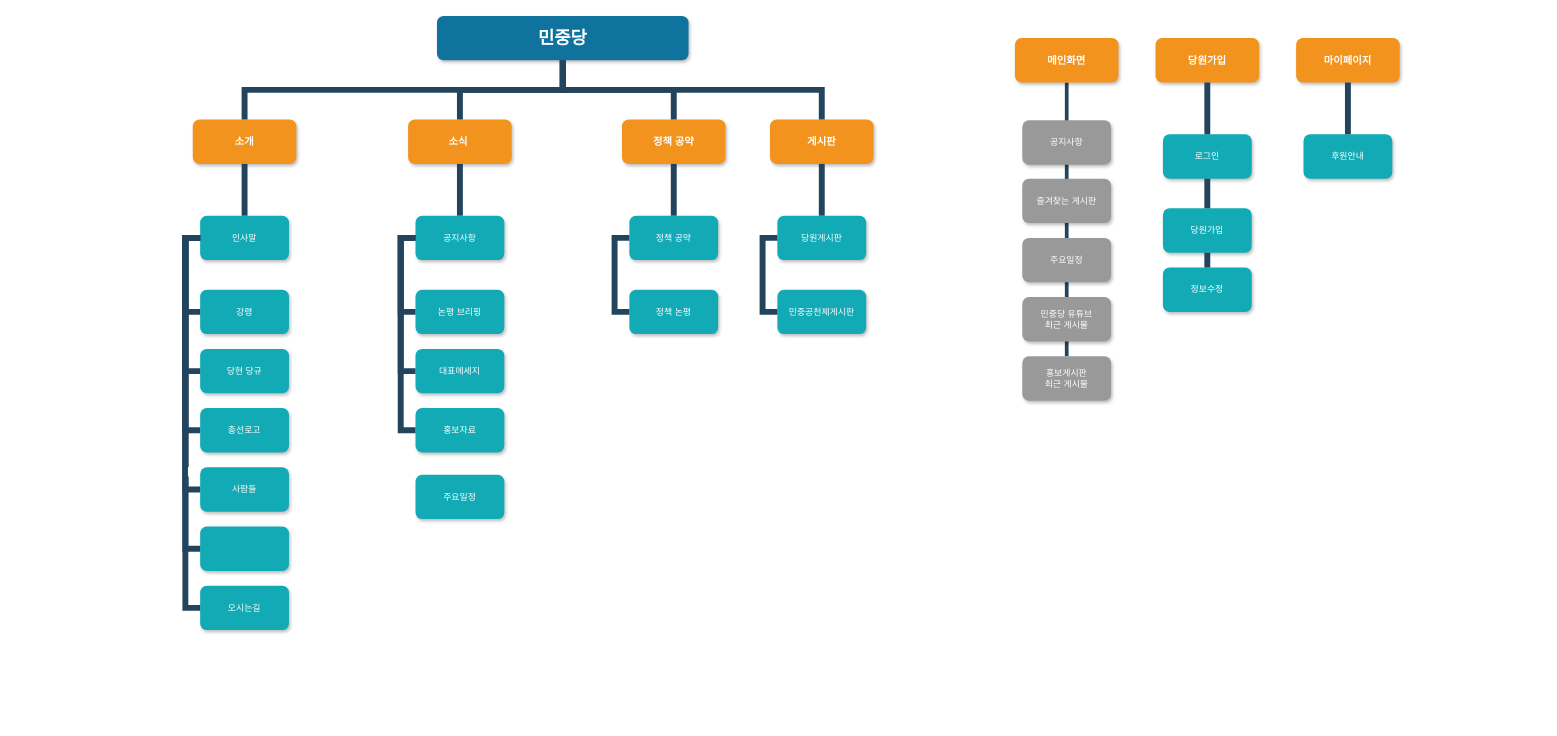
Above: 민중당 사이트맵-4.drawio in yangpaus/yangpaus (draw.io), before the change. Source tidied: cells renumbered, new cells numbered last; positions are measured from the earlier drawing's top-left corner, leaving out a move shared by most shapes. Both pictures are drawn from the tidied source at 74%, with x=0, y=0 at pixel (185, 16).
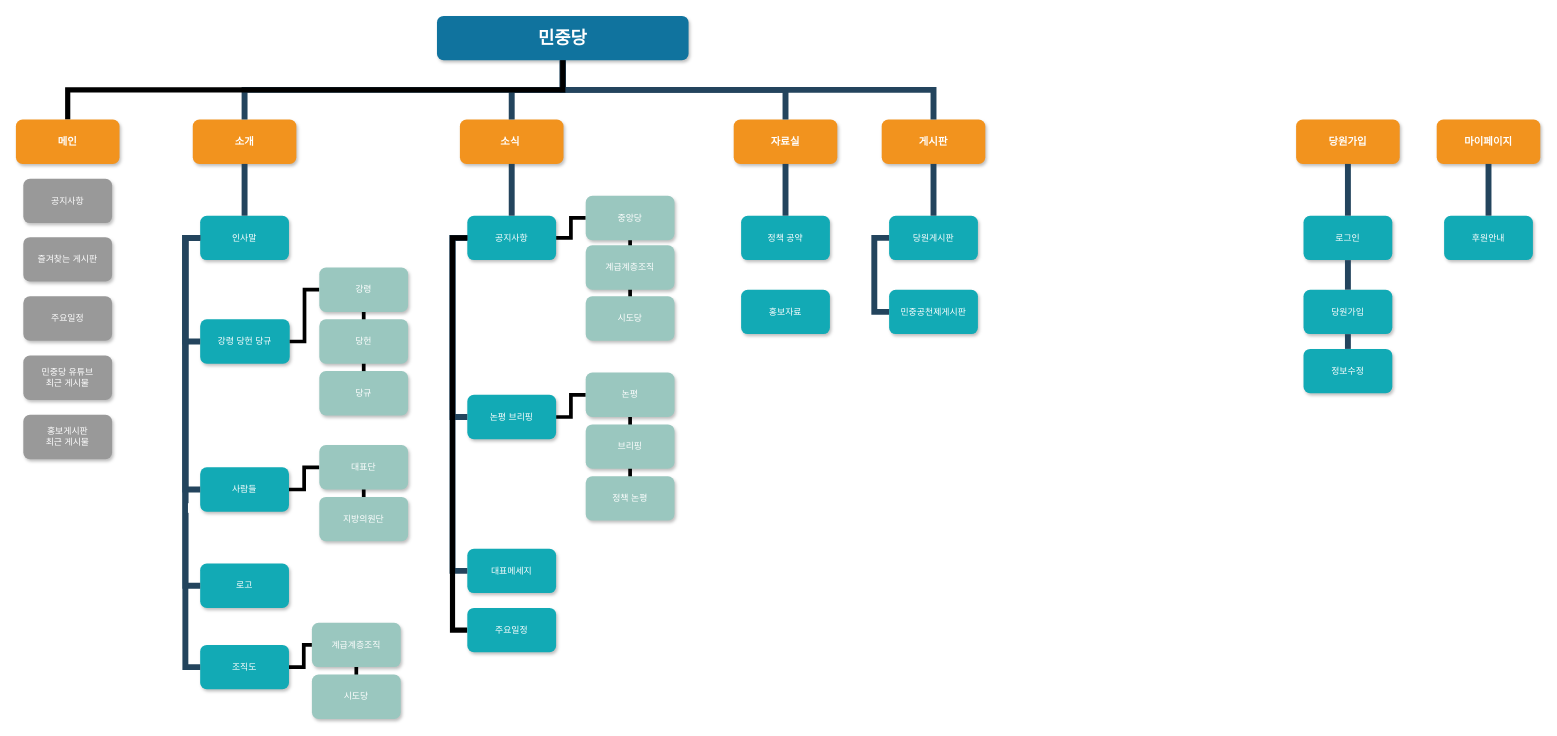
The same page after the edit.

Commit message (it also covers changes not shown here):
민중당 사이트맵-4.drawio 업데이트

The change refers to these unchanged cells:
```xml
<mxCell id="3" value="민중당" style="whiteSpace=wrap;rounded=1;shadow=1;fillColor=#10739E;strokeColor=none;fontColor=#FFFFFF;fontStyle=1;fontSize=24;" parent="1" vertex="1">
  <mxGeometry x="340" width="340" height="60" as="geometry" />
</mxCell>
<mxCell id="8" value="인사말" style="whiteSpace=wrap;rounded=1;fillColor=#12AAB5;strokeColor=none;shadow=1;fontColor=#FFFFFF;" parent="1" vertex="1">
  <mxGeometry x="20" y="270" width="120" height="60" as="geometry" />
</mxCell>
<mxCell id="12" value="사람들" style="whiteSpace=wrap;rounded=1;fillColor=#12AAB5;strokeColor=none;shadow=1;fontColor=#FFFFFF;fontStyle=0;" parent="1" vertex="1">
  <mxGeometry x="20" y="610" width="120" height="60" as="geometry" />
</mxCell>
```

What changed in the source:
```diff
@@
-    <mxCell id="2" style="edgeStyle=orthogonalEdgeStyle;rounded=0;jettySize=auto;html=1;strokeWidth=5;endArrow=none;endFill=0;strokeColor=#23445D;" parent="1" edge="1" source="59" target="53">
-      <mxGeometry relative="1" as="geometry" />
-    </mxCell>
@@
     <mxCell id="5" value="소식 " style="whiteSpace=wrap;rounded=1;fillColor=#F2931E;strokeColor=none;shadow=1;fontColor=#FFFFFF;fontStyle=1;fontSize=14;" parent="1" vertex="1">
-      <mxGeometry x="301" y="140" width="140" height="60" as="geometry" />
+      <mxGeometry x="371" y="140" width="140" height="60" as="geometry" />
     </mxCell>
-    <mxCell id="6" value="정책 공약" style="whiteSpace=wrap;rounded=1;fillColor=#F2931E;strokeColor=none;shadow=1;fontColor=#FFFFFF;fontStyle=1;fontSize=14;" parent="1" vertex="1">
-      <mxGeometry x="590" y="140" width="140" height="60" as="geometry" />
+    <mxCell id="6" value="자료실" style="whiteSpace=wrap;rounded=1;fillColor=#F2931E;strokeColor=none;shadow=1;fontColor=#FFFFFF;fontStyle=1;fontSize=14;" parent="1" vertex="1">
+      <mxGeometry x="741" y="140" width="140" height="60" as="geometry" />
     </mxCell>
     <mxCell id="7" value="게시판" style="whiteSpace=wrap;rounded=1;fillColor=#F2931E;strokeColor=none;shadow=1;fontColor=#FFFFFF;fontStyle=1;fontSize=14;" parent="1" vertex="1">
-      <mxGeometry x="790" y="140" width="140" height="60" as="geometry" />
+      <mxGeometry x="941" y="140" width="140" height="60" as="geometry" />
     </mxCell>
@@
-    <mxCell id="9" value="강령" style="whiteSpace=wrap;rounded=1;fillColor=#12AAB5;strokeColor=none;shadow=1;fontColor=#FFFFFF;fontStyle=0;" parent="1" vertex="1">
-      <mxGeometry x="20" y="370" width="120" height="60" as="geometry" />
+    <mxCell id="9" value="강령 당헌 당규" style="whiteSpace=wrap;rounded=1;fillColor=#12AAB5;strokeColor=none;shadow=1;fontColor=#FFFFFF;fontStyle=0;" parent="1" vertex="1">
+      <mxGeometry x="20" y="410" width="121" height="60" as="geometry" />
     </mxCell>
-    <mxCell id="10" value="당현 당규" style="whiteSpace=wrap;rounded=1;fillColor=#12AAB5;strokeColor=none;shadow=1;fontColor=#FFFFFF;fontStyle=0;" parent="1" vertex="1">
-      <mxGeometry x="20" y="450" width="120" height="60" as="geometry" />
-    </mxCell>
-    <mxCell id="11" value="총선로고" style="whiteSpace=wrap;rounded=1;fillColor=#12AAB5;strokeColor=none;shadow=1;fontColor=#FFFFFF;fontStyle=0;" parent="1" vertex="1">
-      <mxGeometry x="20" y="530" width="120" height="60" as="geometry" />
-    </mxCell>
+    <mxCell id="61" style="edgeStyle=orthogonalEdgeStyle;rounded=0;jettySize=auto;html=1;endArrow=none;endFill=0;strokeWidth=5;" parent="1" edge="1" source="12" target="63">
+      <mxGeometry relative="1" as="geometry" />
+    </mxCell>
@@
+    <mxCell id="62" style="edgeStyle=orthogonalEdgeStyle;rounded=0;jettySize=auto;html=1;endArrow=none;endFill=0;strokeWidth=5;" parent="1" edge="1" source="63" target="64">
+      <mxGeometry relative="1" as="geometry" />
+    </mxCell>
+    <mxCell id="63" value="대표단" style="whiteSpace=wrap;rounded=1;fillColor=#9AC7BF;strokeColor=none;shadow=1;fontColor=#FFFFFF;fontStyle=0;" parent="1" vertex="1">
+      <mxGeometry x="181" y="580" width="120" height="60" as="geometry" />
+    </mxCell>
+    <mxCell id="64" value="지방의원단" style="whiteSpace=wrap;rounded=1;fillColor=#9AC7BF;strokeColor=none;shadow=1;fontColor=#FFFFFF;fontStyle=0;" parent="1" vertex="1">
+      <mxGeometry x="181" y="650" width="120" height="60" as="geometry" />
+    </mxCell>
-    <mxCell id="13" style="whiteSpace=wrap;rounded=1;fillColor=#12AAB5;strokeColor=none;shadow=1;fontColor=#FFFFFF;fontStyle=0;" parent="1" vertex="1">
-      <mxGeometry x="20" y="690" width="120" height="60" as="geometry" />
+    <mxCell id="13" value="로고" style="whiteSpace=wrap;rounded=1;fillColor=#12AAB5;strokeColor=none;shadow=1;fontColor=#FFFFFF;fontStyle=0;" parent="1" vertex="1">
+      <mxGeometry x="20" y="740" width="120" height="60" as="geometry" />
     </mxCell>
+    <mxCell id="65" style="edgeStyle=orthogonalEdgeStyle;rounded=0;jettySize=auto;html=1;entryX=0;entryY=0.5;entryDx=0;entryDy=0;endArrow=none;endFill=0;strokeWidth=5;" parent="1" edge="1" source="14" target="67">
+      <mxGeometry relative="1" as="geometry" />
+    </mxCell>
     <mxCell id="14" value="공지사항" style="whiteSpace=wrap;rounded=1;fillColor=#12AAB5;strokeColor=none;shadow=1;fontColor=#FFFFFF;" parent="1" vertex="1">
-      <mxGeometry x="311" y="270" width="120" height="60" as="geometry" />
+      <mxGeometry x="381" y="270" width="120" height="60" as="geometry" />
     </mxCell>
+    <mxCell id="66" style="edgeStyle=orthogonalEdgeStyle;rounded=0;jettySize=auto;html=1;endArrow=none;endFill=0;strokeWidth=5;" parent="1" edge="1" source="67" target="69">
+      <mxGeometry relative="1" as="geometry" />
+    </mxCell>
+    <mxCell id="67" value="중앙당" style="whiteSpace=wrap;rounded=1;fillColor=#9AC7BF;strokeColor=none;shadow=1;fontColor=#FFFFFF;" parent="1" vertex="1">
+      <mxGeometry x="541" y="243" width="120" height="60" as="geometry" />
+    </mxCell>
+    <mxCell id="68" style="edgeStyle=orthogonalEdgeStyle;rounded=0;jettySize=auto;html=1;endArrow=none;endFill=0;strokeWidth=5;" parent="1" edge="1" source="69" target="70">
+      <mxGeometry relative="1" as="geometry" />
+    </mxCell>
+    <mxCell id="69" value="계급계층조직" style="whiteSpace=wrap;rounded=1;fillColor=#9AC7BF;strokeColor=none;shadow=1;fontColor=#FFFFFF;" parent="1" vertex="1">
+      <mxGeometry x="541" y="310" width="120" height="60" as="geometry" />
+    </mxCell>
+    <mxCell id="70" value="시도당" style="whiteSpace=wrap;rounded=1;fillColor=#9AC7BF;strokeColor=none;shadow=1;fontColor=#FFFFFF;" parent="1" vertex="1">
+      <mxGeometry x="541" y="379" width="120" height="60" as="geometry" />
+    </mxCell>
+    <mxCell id="71" style="edgeStyle=orthogonalEdgeStyle;rounded=0;jettySize=auto;html=1;endArrow=none;endFill=0;strokeWidth=5;" parent="1" edge="1" source="15" target="73">
+      <mxGeometry relative="1" as="geometry" />
+    </mxCell>
     <mxCell id="15" value="논평 브리핑" style="whiteSpace=wrap;rounded=1;fillColor=#12AAB5;strokeColor=none;shadow=1;fontColor=#FFFFFF;fontStyle=0;" parent="1" vertex="1">
-      <mxGeometry x="311" y="370" width="120" height="60" as="geometry" />
+      <mxGeometry x="381" y="512" width="120" height="60" as="geometry" />
     </mxCell>
+    <mxCell id="72" style="edgeStyle=orthogonalEdgeStyle;rounded=0;jettySize=auto;html=1;endArrow=none;endFill=0;strokeWidth=5;" parent="1" edge="1" source="73" target="75">
+      <mxGeometry relative="1" as="geometry" />
+    </mxCell>
+    <mxCell id="73" value="논평" style="whiteSpace=wrap;rounded=1;fillColor=#9AC7BF;strokeColor=none;shadow=1;fontColor=#FFFFFF;fontStyle=0;" parent="1" vertex="1">
+      <mxGeometry x="541" y="482" width="120" height="60" as="geometry" />
+    </mxCell>
+    <mxCell id="74" style="edgeStyle=orthogonalEdgeStyle;rounded=0;jettySize=auto;html=1;endArrow=none;endFill=0;strokeWidth=5;" parent="1" edge="1" source="75" target="29">
+      <mxGeometry relative="1" as="geometry" />
+    </mxCell>
+    <mxCell id="75" value="브리핑" style="whiteSpace=wrap;rounded=1;fillColor=#9AC7BF;strokeColor=none;shadow=1;fontColor=#FFFFFF;fontStyle=0;" parent="1" vertex="1">
+      <mxGeometry x="541" y="552" width="120" height="60" as="geometry" />
+    </mxCell>
+    <mxCell id="29" value="정책 논평" style="whiteSpace=wrap;rounded=1;fillColor=#9AC7BF;strokeColor=none;shadow=1;fontColor=#FFFFFF;fontStyle=0;" parent="1" vertex="1">
+      <mxGeometry x="541" y="622" width="120" height="60" as="geometry" />
+    </mxCell>
     <mxCell id="16" value="대표메세지" style="whiteSpace=wrap;rounded=1;fillColor=#12AAB5;strokeColor=none;shadow=1;fontColor=#FFFFFF;fontStyle=0;" parent="1" vertex="1">
-      <mxGeometry x="311" y="450" width="120" height="60" as="geometry" />
+      <mxGeometry x="381" y="720" width="120" height="60" as="geometry" />
     </mxCell>
     <mxCell id="17" value="홍보자료" style="whiteSpace=wrap;rounded=1;fillColor=#12AAB5;strokeColor=none;shadow=1;fontColor=#FFFFFF;fontStyle=0;" parent="1" vertex="1">
-      <mxGeometry x="311" y="530" width="120" height="60" as="geometry" />
+      <mxGeometry x="751" y="370" width="120" height="60" as="geometry" />
     </mxCell>
@@
-    <mxCell id="20" style="edgeStyle=elbowEdgeStyle;elbow=horizontal;rounded=0;fontColor=#000000;endArrow=none;endFill=0;strokeWidth=8;strokeColor=#23445D;" parent="1" edge="1" source="8" target="10">
-      <mxGeometry relative="1" as="geometry">
-        <Array as="points">
-          <mxPoint y="370" />
-        </Array>
-      </mxGeometry>
-    </mxCell>
@@
-    <mxCell id="23" style="edgeStyle=elbowEdgeStyle;elbow=horizontal;rounded=0;fontColor=#000000;endArrow=none;endFill=0;strokeWidth=8;strokeColor=#23445D;" parent="1" edge="1" source="8" target="11">
-      <mxGeometry relative="1" as="geometry">
-        <Array as="points">
-          <mxPoint y="400" />
-        </Array>
-      </mxGeometry>
-    </mxCell>
@@
     <mxCell id="25" style="edgeStyle=elbowEdgeStyle;elbow=horizontal;rounded=0;fontColor=#000000;endArrow=none;endFill=0;strokeWidth=8;strokeColor=#23445D;" parent="1" edge="1" source="14" target="15">
       <mxGeometry relative="1" as="geometry">
         <Array as="points">
-          <mxPoint x="291" y="350" />
+          <mxPoint x="361" y="350" />
         </Array>
       </mxGeometry>
     </mxCell>
     <mxCell id="26" style="edgeStyle=elbowEdgeStyle;elbow=horizontal;rounded=0;fontColor=#000000;endArrow=none;endFill=0;strokeWidth=8;strokeColor=#23445D;" parent="1" edge="1" source="14" target="16">
       <mxGeometry relative="1" as="geometry">
         <Array as="points">
-          <mxPoint x="291" y="390" />
+          <mxPoint x="361" y="390" />
         </Array>
       </mxGeometry>
     </mxCell>
-    <mxCell id="27" style="edgeStyle=elbowEdgeStyle;elbow=horizontal;rounded=0;fontColor=#000000;endArrow=none;endFill=0;strokeWidth=8;strokeColor=#23445D;" parent="1" edge="1" source="14" target="17">
-      <mxGeometry relative="1" as="geometry">
-        <Array as="points">
-          <mxPoint x="291" y="440" />
-        </Array>
-      </mxGeometry>
-    </mxCell>
     <mxCell id="28" value="정책 공약" style="whiteSpace=wrap;rounded=1;fillColor=#12AAB5;strokeColor=none;shadow=1;fontColor=#FFFFFF;" parent="1" vertex="1">
-      <mxGeometry x="600" y="270" width="120" height="60" as="geometry" />
+      <mxGeometry x="751" y="270" width="120" height="60" as="geometry" />
     </mxCell>
-    <mxCell id="29" value="정책 논평" style="whiteSpace=wrap;rounded=1;fillColor=#12AAB5;strokeColor=none;shadow=1;fontColor=#FFFFFF;fontStyle=0;" parent="1" vertex="1">
-      <mxGeometry x="600" y="370" width="120" height="60" as="geometry" />
-    </mxCell>
-    <mxCell id="30" style="edgeStyle=elbowEdgeStyle;elbow=horizontal;rounded=0;fontColor=#000000;endArrow=none;endFill=0;strokeWidth=8;strokeColor=#23445D;" parent="1" edge="1" source="28" target="29">
-      <mxGeometry relative="1" as="geometry">
-        <Array as="points">
-          <mxPoint x="580" y="350" />
-        </Array>
-      </mxGeometry>
-    </mxCell>
     <mxCell id="31" value="당원게시판" style="whiteSpace=wrap;rounded=1;fillColor=#12AAB5;strokeColor=none;shadow=1;fontColor=#FFFFFF;" parent="1" vertex="1">
-      <mxGeometry x="800" y="270" width="120" height="60" as="geometry" />
+      <mxGeometry x="951" y="270" width="120" height="60" as="geometry" />
     </mxCell>
     <mxCell id="32" value="민중공천제게시판" style="whiteSpace=wrap;rounded=1;fillColor=#12AAB5;strokeColor=none;shadow=1;fontColor=#FFFFFF;fontStyle=0;" parent="1" vertex="1">
-      <mxGeometry x="800" y="370" width="120" height="60" as="geometry" />
+      <mxGeometry x="951" y="370" width="120" height="60" as="geometry" />
     </mxCell>
     <mxCell id="33" style="edgeStyle=elbowEdgeStyle;elbow=horizontal;rounded=0;fontColor=#000000;endArrow=none;endFill=0;strokeWidth=8;strokeColor=#23445D;" parent="1" edge="1" source="31" target="32">
       <mxGeometry relative="1" as="geometry">
         <Array as="points">
-          <mxPoint x="780" y="350" />
+          <mxPoint x="931" y="350" />
         </Array>
       </mxGeometry>
     </mxCell>
@@
+    <mxCell id="76" style="edgeStyle=orthogonalEdgeStyle;rounded=0;jettySize=auto;html=1;endArrow=none;endFill=0;strokeWidth=5;" parent="1" edge="1" source="40" target="78">
+      <mxGeometry relative="1" as="geometry" />
+    </mxCell>
-    <mxCell id="40" value="오시는길" style="whiteSpace=wrap;rounded=1;fillColor=#12AAB5;strokeColor=none;shadow=1;fontColor=#FFFFFF;fontStyle=0;" parent="1" vertex="1">
-      <mxGeometry x="20" y="770" width="120" height="60" as="geometry" />
+    <mxCell id="40" value="조직도" style="whiteSpace=wrap;rounded=1;fillColor=#12AAB5;strokeColor=none;shadow=1;fontColor=#FFFFFF;fontStyle=0;" parent="1" vertex="1">
+      <mxGeometry x="20" y="850" width="120" height="60" as="geometry" />
     </mxCell>
+    <mxCell id="77" style="edgeStyle=orthogonalEdgeStyle;rounded=0;jettySize=auto;html=1;endArrow=none;endFill=0;strokeWidth=5;" parent="1" edge="1" source="78" target="79">
+      <mxGeometry relative="1" as="geometry" />
+    </mxCell>
+    <mxCell id="78" value="계급계층조직" style="whiteSpace=wrap;rounded=1;fillColor=#9AC7BF;strokeColor=none;shadow=1;fontColor=#FFFFFF;fontStyle=0;" parent="1" vertex="1">
+      <mxGeometry x="171" y="820" width="120" height="60" as="geometry" />
+    </mxCell>
+    <mxCell id="79" value="시도당" style="whiteSpace=wrap;rounded=1;fillColor=#9AC7BF;strokeColor=none;shadow=1;fontColor=#FFFFFF;fontStyle=0;" parent="1" vertex="1">
+      <mxGeometry x="171" y="890" width="120" height="60" as="geometry" />
+    </mxCell>
@@
     <mxCell id="43" value="당원가입" style="whiteSpace=wrap;rounded=1;fillColor=#F2931E;strokeColor=none;shadow=1;fontColor=#FFFFFF;fontStyle=1;fontSize=14;" parent="1" vertex="1">
-      <mxGeometry x="1311" y="30" width="140" height="60" as="geometry" />
+      <mxGeometry x="1501" y="140" width="140" height="60" as="geometry" />
     </mxCell>
     <mxCell id="44" value="마이페이지" style="whiteSpace=wrap;rounded=1;fillColor=#F2931E;strokeColor=none;shadow=1;fontColor=#FFFFFF;fontStyle=1;fontSize=14;" parent="1" vertex="1">
-      <mxGeometry x="1501" y="30" width="140" height="60" as="geometry" />
+      <mxGeometry x="1691" y="140" width="140" height="60" as="geometry" />
     </mxCell>
     <mxCell id="45" value="후원안내" style="whiteSpace=wrap;rounded=1;fillColor=#12AAB5;strokeColor=none;shadow=1;fontColor=#FFFFFF;" parent="1" vertex="1">
-      <mxGeometry x="1511" y="160" width="120" height="60" as="geometry" />
+      <mxGeometry x="1701" y="270" width="120" height="60" as="geometry" />
     </mxCell>
@@
     <mxCell id="47" value="로그인" style="whiteSpace=wrap;rounded=1;fillColor=#12AAB5;strokeColor=none;shadow=1;fontColor=#FFFFFF;" parent="1" vertex="1">
-      <mxGeometry x="1321" y="160" width="120" height="60" as="geometry" />
+      <mxGeometry x="1511" y="270" width="120" height="60" as="geometry" />
     </mxCell>
@@
     <mxCell id="49" value="당원가입" style="whiteSpace=wrap;rounded=1;fillColor=#12AAB5;strokeColor=none;shadow=1;fontColor=#FFFFFF;" parent="1" vertex="1">
-      <mxGeometry x="1321" y="260" width="120" height="60" as="geometry" />
+      <mxGeometry x="1511" y="370" width="120" height="60" as="geometry" />
     </mxCell>
     <mxCell id="50" value="정보수정" style="whiteSpace=wrap;rounded=1;fillColor=#12AAB5;strokeColor=none;shadow=1;fontColor=#FFFFFF;" parent="1" vertex="1">
-      <mxGeometry x="1321" y="340" width="120" height="60" as="geometry" />
+      <mxGeometry x="1511" y="450" width="120" height="60" as="geometry" />
     </mxCell>
@@
+    <mxCell id="80" style="edgeStyle=orthogonalEdgeStyle;rounded=0;jettySize=auto;html=1;endArrow=none;endFill=0;strokeWidth=7;" parent="1" edge="1" source="53" target="3">
+      <mxGeometry relative="1" as="geometry">
+        <Array as="points">
+          <mxPoint x="-159" y="100" />
+          <mxPoint x="510" y="100" />
+        </Array>
+      </mxGeometry>
+    </mxCell>
-    <mxCell id="53" value="메인화면" style="whiteSpace=wrap;rounded=1;fillColor=#F2931E;strokeColor=none;shadow=1;fontColor=#FFFFFF;fontStyle=1;fontSize=14;" parent="1" vertex="1">
-      <mxGeometry x="1121" y="30" width="140" height="60" as="geometry" />
+    <mxCell id="53" value="메인" style="whiteSpace=wrap;rounded=1;fillColor=#F2931E;strokeColor=none;shadow=1;fontColor=#FFFFFF;fontStyle=1;fontSize=14;" parent="1" vertex="1">
+      <mxGeometry x="-229" y="140" width="140" height="60" as="geometry" />
     </mxCell>
     <mxCell id="54" value="공지사항" style="whiteSpace=wrap;rounded=1;fillColor=#999999;strokeColor=none;shadow=1;fontColor=#FFFFFF;" parent="1" vertex="1">
-      <mxGeometry x="1131" y="141" width="120" height="60" as="geometry" />
+      <mxGeometry x="-219" y="220" width="120" height="60" as="geometry" />
     </mxCell>
     <mxCell id="55" value="즐겨찾는 게시판" style="whiteSpace=wrap;rounded=1;fillColor=#999999;strokeColor=none;shadow=1;fontColor=#FFFFFF;" parent="1" vertex="1">
-      <mxGeometry x="1131" y="220" width="120" height="60" as="geometry" />
+      <mxGeometry x="-219" y="299" width="120" height="60" as="geometry" />
     </mxCell>
     <mxCell id="56" value="주요일정" style="whiteSpace=wrap;rounded=1;fillColor=#999999;strokeColor=none;shadow=1;fontColor=#FFFFFF;" parent="1" vertex="1">
-      <mxGeometry x="1131" y="300" width="120" height="60" as="geometry" />
+      <mxGeometry x="-219" y="379" width="120" height="60" as="geometry" />
     </mxCell>
     <mxCell id="57" value="민중당 유튜브&#10;최근 게시물" style="whiteSpace=wrap;rounded=1;fillColor=#999999;strokeColor=none;shadow=1;fontColor=#FFFFFF;" parent="1" vertex="1">
-      <mxGeometry x="1131" y="380" width="120" height="60" as="geometry" />
+      <mxGeometry x="-219" y="459" width="120" height="60" as="geometry" />
     </mxCell>
+    <mxCell id="81" style="edgeStyle=orthogonalEdgeStyle;rounded=0;jettySize=auto;html=1;entryX=0;entryY=0.5;entryDx=0;entryDy=0;endArrow=none;endFill=0;strokeWidth=7;exitX=0;exitY=0.5;exitDx=0;exitDy=0;" parent="1" edge="1" source="58" target="14">
+      <mxGeometry relative="1" as="geometry" />
+    </mxCell>
     <mxCell id="58" value="주요일정" style="whiteSpace=wrap;rounded=1;fillColor=#12AAB5;strokeColor=none;shadow=1;fontColor=#FFFFFF;fontStyle=0;" parent="1" vertex="1">
-      <mxGeometry x="311" y="620" width="120" height="60" as="geometry" />
+      <mxGeometry x="381" y="800" width="120" height="60" as="geometry" />
     </mxCell>
     <mxCell id="59" value="홍보게시판&#10;최근 게시물" style="whiteSpace=wrap;rounded=1;fillColor=#999999;strokeColor=none;shadow=1;fontColor=#FFFFFF;" parent="1" vertex="1">
-      <mxGeometry x="1131" y="460" width="120" height="60" as="geometry" />
+      <mxGeometry x="-219" y="539" width="120" height="60" as="geometry" />
     </mxCell>
@@
+    <mxCell id="82" value="당규" style="whiteSpace=wrap;rounded=1;fillColor=#9AC7BF;strokeColor=none;shadow=1;fontColor=#FFFFFF;fontStyle=0;" parent="1" vertex="1">
+      <mxGeometry x="181" y="480" width="120" height="60" as="geometry" />
+    </mxCell>
+    <mxCell id="83" style="edgeStyle=orthogonalEdgeStyle;rounded=0;jettySize=auto;html=1;entryX=1;entryY=0.5;entryDx=0;entryDy=0;endArrow=none;endFill=0;strokeWidth=5;" parent="1" edge="1" source="85" target="9">
+      <mxGeometry relative="1" as="geometry" />
+    </mxCell>
+    <mxCell id="84" style="edgeStyle=orthogonalEdgeStyle;rounded=0;jettySize=auto;html=1;endArrow=none;endFill=0;strokeWidth=5;" parent="1" edge="1" source="85" target="82">
+      <mxGeometry relative="1" as="geometry" />
+    </mxCell>
+    <mxCell id="85" value="강령" style="whiteSpace=wrap;rounded=1;fillColor=#9AC7BF;strokeColor=none;shadow=1;fontColor=#FFFFFF;fontStyle=0;" parent="1" vertex="1">
+      <mxGeometry x="181" y="340" width="120" height="60" as="geometry" />
+    </mxCell>
+    <mxCell id="10" value="당헌" style="whiteSpace=wrap;rounded=1;fillColor=#9AC7BF;strokeColor=none;shadow=1;fontColor=#FFFFFF;fontStyle=0;" parent="1" vertex="1">
+      <mxGeometry x="181" y="410" width="120" height="60" as="geometry" />
+    </mxCell>
```
